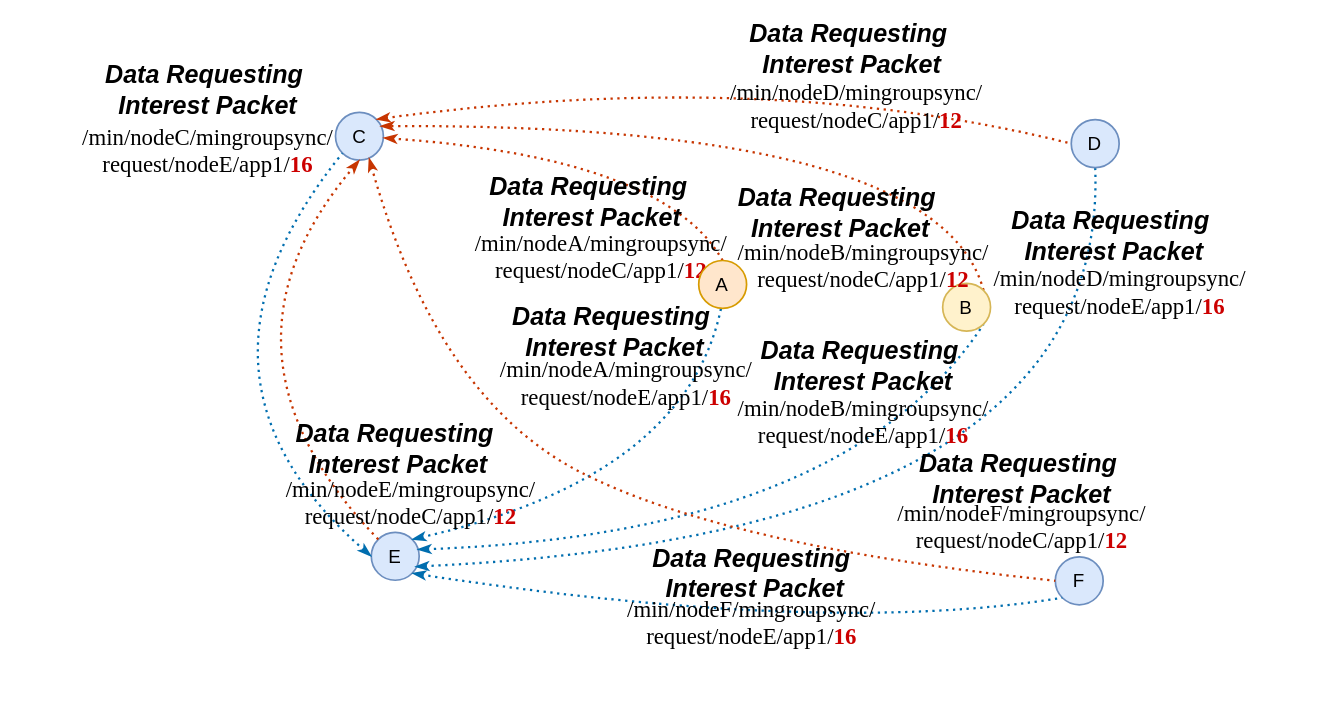
This is 711a.drawio from cynic-1/Graphs, a draw.io file, before an edit. Source tidied: cells renumbered, new cells numbered last; positions are measured from the earlier drawing's top-left corner, leaving out a move shared by most shapes. Both pictures are drawn from the tidied source at 114%, with x=0, y=0 at pixel (19, 32).
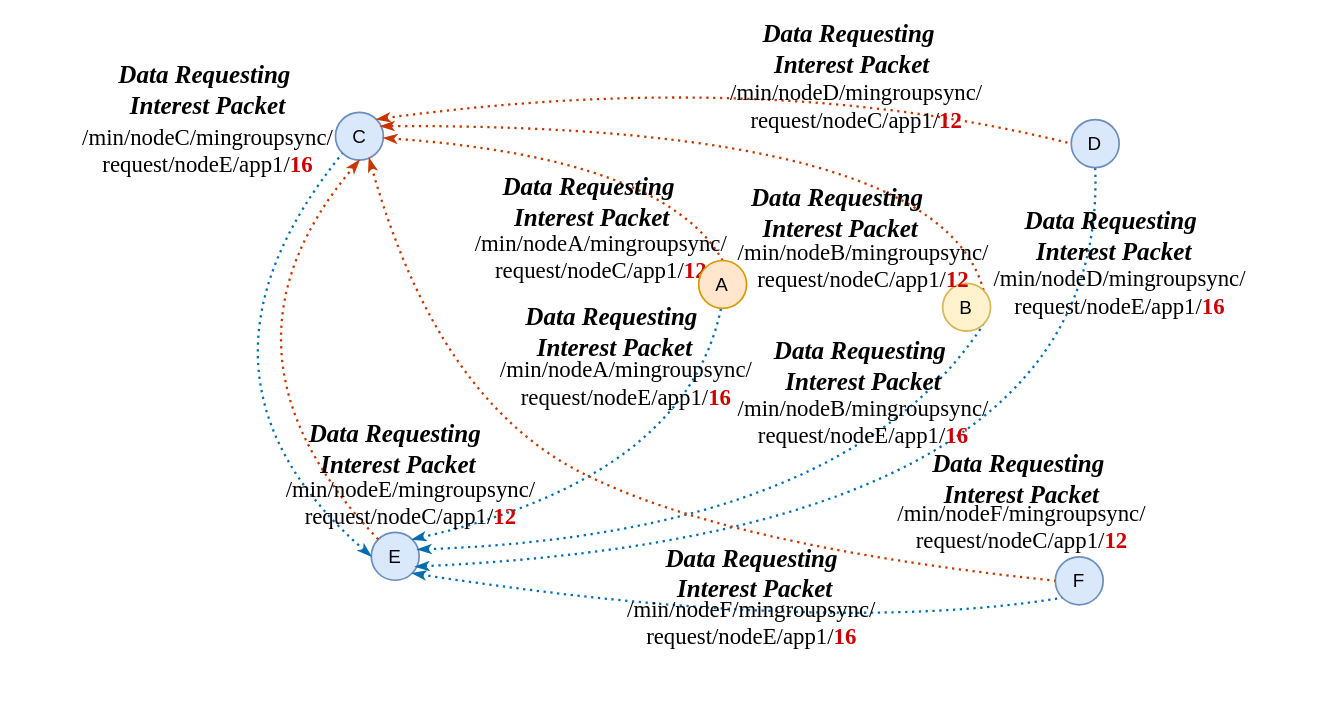
Above is the later version.

Unchanged cells that the change refers to:
```xml
<mxCell id="20" style="group;fontSize=16.5;strokeWidth=2;dashed=1;dashPattern=1 2;" parent="19" vertex="1">
  <mxGeometry x="-11.6" width="390" height="123.5" as="geometry" />
</mxCell>
<mxCell id="24" style="group;fontSize=16.5;strokeWidth=2;dashed=1;dashPattern=1 2;" parent="1" vertex="1">
  <mxGeometry x="207" y="366.6" width="300.6" height="71.8" as="geometry" />
</mxCell>
<mxCell id="29" style="group;fontSize=16.5;strokeWidth=2;dashed=1;dashPattern=1 2;" parent="28" vertex="1">
  <mxGeometry width="301.6" height="69.4" as="geometry" />
</mxCell>
<mxCell id="39" style="group;fontSize=16.5;strokeWidth=2;dashed=1;dashPattern=1 2;" parent="1" vertex="1">
  <mxGeometry x="615.4" y="157.1" width="450" height="72.9" as="geometry" />
</mxCell>
```

The edit, as a diff of the source:
```diff
@@
-    <mxCell id="21" value="&lt;font style=&quot;font-size: 22px;&quot;&gt;Data Requesting&amp;nbsp;&lt;br&gt;Interest Packet&lt;/font&gt;" style="text;html=1;strokeColor=none;fillColor=none;align=center;verticalAlign=middle;whiteSpace=wrap;rounded=0;fontSize=16.5;fontColor=#000000;fontStyle=3;strokeWidth=2;dashed=1;dashPattern=1 2;" parent="20" vertex="1">
+    <mxCell id="21" value="&lt;font face=&quot;Times New Roman&quot; style=&quot;font-size: 22px;&quot;&gt;Data Requesting&amp;nbsp;&lt;br&gt;Interest Packet&lt;/font&gt;" style="text;html=1;strokeColor=none;fillColor=none;align=center;verticalAlign=middle;whiteSpace=wrap;rounded=0;fontSize=16.5;fontColor=#000000;fontStyle=3;strokeWidth=2;dashed=1;dashPattern=1 2;" parent="20" vertex="1">
       <mxGeometry x="23.7" width="186.3" height="30" as="geometry" />
     </mxCell>
-    <mxCell id="22" value="&lt;span lang=&quot;EN-US&quot; style=&quot;font-family: &amp;quot;times new roman&amp;quot;, serif;&quot;&gt;&lt;font style=&quot;font-size: 20px;&quot;&gt;/min/nodeC/mingroupsync/&lt;br style=&quot;&quot;&gt;request/nodeE/app1/&lt;font color=&quot;#cc0000&quot; style=&quot;&quot;&gt;&lt;b style=&quot;&quot;&gt;16&lt;/b&gt;&lt;/font&gt;&lt;/font&gt;&lt;/span&gt;&lt;span style=&quot;font-size: 16.5px&quot;&gt;&lt;/span&gt;" style="text;html=1;strokeColor=none;fillColor=none;align=center;verticalAlign=middle;whiteSpace=wrap;rounded=0;fontSize=16.5;strokeWidth=2;dashed=1;dashPattern=1 2;" parent="20" vertex="1">
+    <mxCell id="22" value="&lt;span lang=&quot;EN-US&quot; style=&quot;&quot;&gt;&lt;font face=&quot;Times New Roman&quot; style=&quot;font-size: 20px;&quot;&gt;/min/nodeC/mingroupsync/&lt;br style=&quot;&quot;&gt;request/nodeE/app1/&lt;font color=&quot;#cc0000&quot; style=&quot;&quot;&gt;&lt;b style=&quot;&quot;&gt;16&lt;/b&gt;&lt;/font&gt;&lt;/font&gt;&lt;/span&gt;&lt;span style=&quot;font-size: 16.5px&quot;&gt;&lt;/span&gt;" style="text;html=1;strokeColor=none;fillColor=none;align=center;verticalAlign=middle;whiteSpace=wrap;rounded=0;fontSize=16.5;strokeWidth=2;dashed=1;dashPattern=1 2;" parent="20" vertex="1">
       <mxGeometry x="-48.2" y="40" width="330" height="53.5" as="geometry" />
     </mxCell>
@@
-    <mxCell id="26" value="&lt;font style=&quot;font-size: 22px;&quot;&gt;Data Requesting&amp;nbsp;&lt;br&gt;Interest Packet&lt;/font&gt;" style="text;html=1;strokeColor=none;fillColor=none;align=center;verticalAlign=middle;whiteSpace=wrap;rounded=0;fontSize=16.5;fontColor=#000000;fontStyle=3;strokeWidth=2;dashed=1;dashPattern=1 2;" parent="24" vertex="1">
+    <mxCell id="26" value="&lt;font face=&quot;Times New Roman&quot; style=&quot;font-size: 22px;&quot;&gt;Data Requesting&amp;nbsp;&lt;br&gt;Interest Packet&lt;/font&gt;" style="text;html=1;strokeColor=none;fillColor=none;align=center;verticalAlign=middle;whiteSpace=wrap;rounded=0;fontSize=16.5;fontColor=#000000;fontStyle=3;strokeWidth=2;dashed=1;dashPattern=1 2;" parent="24" vertex="1">
       <mxGeometry x="32.2" y="-15.6" width="186.3" height="30" as="geometry" />
     </mxCell>
@@
-    <mxCell id="31" value="&lt;font style=&quot;font-size: 22px;&quot;&gt;Data Requesting&amp;nbsp;&lt;br&gt;Interest Packet&lt;/font&gt;" style="text;html=1;strokeColor=none;fillColor=none;align=center;verticalAlign=middle;whiteSpace=wrap;rounded=0;fontSize=16.5;fontColor=#000000;fontStyle=3;strokeWidth=2;dashed=1;dashPattern=1 2;" parent="29" vertex="1">
+    <mxCell id="31" value="&lt;font face=&quot;Times New Roman&quot; style=&quot;font-size: 22px;&quot;&gt;Data Requesting&amp;nbsp;&lt;br&gt;Interest Packet&lt;/font&gt;" style="text;html=1;strokeColor=none;fillColor=none;align=center;verticalAlign=middle;whiteSpace=wrap;rounded=0;fontSize=16.5;fontColor=#000000;fontStyle=3;strokeWidth=2;dashed=1;dashPattern=1 2;" parent="29" vertex="1">
       <mxGeometry x="35.8" y="-20" width="186.3" height="30" as="geometry" />
     </mxCell>
@@
-    <mxCell id="41" value="&lt;font style=&quot;font-size: 22px;&quot;&gt;Data Requesting&amp;nbsp;&lt;br&gt;Interest Packet&lt;/font&gt;" style="text;html=1;strokeColor=none;fillColor=none;align=center;verticalAlign=middle;whiteSpace=wrap;rounded=0;fontSize=16.5;fontColor=#000000;fontStyle=3;strokeWidth=2;dashed=1;dashPattern=1 2;" parent="39" vertex="1">
+    <mxCell id="41" value="&lt;font face=&quot;Times New Roman&quot; style=&quot;font-size: 22px;&quot;&gt;Data Requesting&amp;nbsp;&lt;br&gt;Interest Packet&lt;/font&gt;" style="text;html=1;strokeColor=none;fillColor=none;align=center;verticalAlign=middle;whiteSpace=wrap;rounded=0;fontSize=16.5;fontColor=#000000;fontStyle=3;strokeWidth=2;dashed=1;dashPattern=1 2;" parent="39" vertex="1">
       <mxGeometry x="251.6" y="6.5" width="186.3" height="30" as="geometry" />
     </mxCell>
@@
-    <mxCell id="44" value="&lt;font style=&quot;font-size: 22px;&quot;&gt;Data Requesting&amp;nbsp;&lt;br&gt;Interest Packet&lt;/font&gt;" style="text;html=1;strokeColor=none;fillColor=none;align=center;verticalAlign=middle;whiteSpace=wrap;rounded=0;fontSize=16.5;fontColor=#000000;fontStyle=3;strokeWidth=2;dashed=1;dashPattern=1 2;" parent="1" vertex="1">
+    <mxCell id="44" value="&lt;font face=&quot;Times New Roman&quot; style=&quot;font-size: 22px;&quot;&gt;Data Requesting&amp;nbsp;&lt;br&gt;Interest Packet&lt;/font&gt;" style="text;html=1;strokeColor=none;fillColor=none;align=center;verticalAlign=middle;whiteSpace=wrap;rounded=0;fontSize=16.5;fontColor=#000000;fontStyle=3;strokeWidth=2;dashed=1;dashPattern=1 2;" parent="1" vertex="1">
       <mxGeometry x="429.1" y="247.7" width="186.3" height="30" as="geometry" />
     </mxCell>
-    <mxCell id="45" value="&lt;font style=&quot;font-size: 22px;&quot;&gt;Data Requesting&amp;nbsp;&lt;br&gt;Interest Packet&lt;/font&gt;" style="text;html=1;strokeColor=none;fillColor=none;align=center;verticalAlign=middle;whiteSpace=wrap;rounded=0;fontSize=16.5;fontColor=#000000;fontStyle=3;strokeWidth=2;dashed=1;dashPattern=1 2;" parent="1" vertex="1">
+    <mxCell id="45" value="&lt;font face=&quot;Times New Roman&quot; style=&quot;font-size: 22px;&quot;&gt;Data Requesting&amp;nbsp;&lt;br&gt;Interest Packet&lt;/font&gt;" style="text;html=1;strokeColor=none;fillColor=none;align=center;verticalAlign=middle;whiteSpace=wrap;rounded=0;fontSize=16.5;fontColor=#000000;fontStyle=3;strokeWidth=2;dashed=1;dashPattern=1 2;" parent="1" vertex="1">
       <mxGeometry x="627" y="143.7" width="186.3" height="30" as="geometry" />
     </mxCell>
@@
-    <mxCell id="47" value="&lt;font style=&quot;font-size: 22px;&quot;&gt;Data Requesting&amp;nbsp;&lt;br&gt;Interest Packet&lt;/font&gt;" style="text;html=1;strokeColor=none;fillColor=none;align=center;verticalAlign=middle;whiteSpace=wrap;rounded=0;fontSize=16.5;fontColor=#000000;fontStyle=3;strokeWidth=2;dashed=1;dashPattern=1 2;" parent="1" vertex="1">
+    <mxCell id="47" value="&lt;font face=&quot;Times New Roman&quot; style=&quot;font-size: 22px;&quot;&gt;Data Requesting&amp;nbsp;&lt;br&gt;Interest Packet&lt;/font&gt;" style="text;html=1;strokeColor=none;fillColor=none;align=center;verticalAlign=middle;whiteSpace=wrap;rounded=0;fontSize=16.5;fontColor=#000000;fontStyle=3;strokeWidth=2;dashed=1;dashPattern=1 2;" parent="1" vertex="1">
       <mxGeometry x="646.9" y="277.7" width="186.3" height="30" as="geometry" />
     </mxCell>
-    <mxCell id="48" value="&lt;font style=&quot;font-size: 22px;&quot;&gt;Data Requesting&amp;nbsp;&lt;br&gt;Interest Packet&lt;/font&gt;" style="text;html=1;strokeColor=none;fillColor=none;align=center;verticalAlign=middle;whiteSpace=wrap;rounded=0;fontSize=16.5;fontColor=#000000;fontStyle=3;strokeWidth=2;dashed=1;dashPattern=1 2;" parent="1" vertex="1">
+    <mxCell id="48" value="&lt;font face=&quot;Times New Roman&quot; style=&quot;font-size: 22px;&quot;&gt;Data Requesting&amp;nbsp;&lt;br&gt;Interest Packet&lt;/font&gt;" style="text;html=1;strokeColor=none;fillColor=none;align=center;verticalAlign=middle;whiteSpace=wrap;rounded=0;fontSize=16.5;fontColor=#000000;fontStyle=3;strokeWidth=2;dashed=1;dashPattern=1 2;" parent="1" vertex="1">
       <mxGeometry x="637.4" width="186.3" height="30" as="geometry" />
     </mxCell>
-    <mxCell id="49" value="&lt;font style=&quot;font-size: 22px;&quot;&gt;Data Requesting&amp;nbsp;&lt;br&gt;Interest Packet&lt;/font&gt;" style="text;html=1;strokeColor=none;fillColor=none;align=center;verticalAlign=middle;whiteSpace=wrap;rounded=0;fontSize=16.5;fontColor=#000000;fontStyle=3;strokeWidth=2;dashed=1;dashPattern=1 2;" parent="1" vertex="1">
+    <mxCell id="49" value="&lt;font face=&quot;Times New Roman&quot; style=&quot;font-size: 22px;&quot;&gt;Data Requesting&amp;nbsp;&lt;br&gt;Interest Packet&lt;/font&gt;" style="text;html=1;strokeColor=none;fillColor=none;align=center;verticalAlign=middle;whiteSpace=wrap;rounded=0;fontSize=16.5;fontColor=#000000;fontStyle=3;strokeWidth=2;dashed=1;dashPattern=1 2;" parent="1" vertex="1">
       <mxGeometry x="785.6" y="376.5" width="186.3" height="30" as="geometry" />
     </mxCell>
-    <mxCell id="50" value="&lt;font style=&quot;font-size: 22px;&quot;&gt;Data Requesting&amp;nbsp;&lt;br&gt;Interest Packet&lt;/font&gt;" style="text;html=1;strokeColor=none;fillColor=none;align=center;verticalAlign=middle;whiteSpace=wrap;rounded=0;fontSize=16.5;fontColor=#000000;fontStyle=3;strokeWidth=2;dashed=1;dashPattern=1 2;" parent="1" vertex="1">
+    <mxCell id="50" value="&lt;font face=&quot;Times New Roman&quot; style=&quot;font-size: 22px;&quot;&gt;Data Requesting&amp;nbsp;&lt;br&gt;Interest Packet&lt;/font&gt;" style="text;html=1;strokeColor=none;fillColor=none;align=center;verticalAlign=middle;whiteSpace=wrap;rounded=0;fontSize=16.5;fontColor=#000000;fontStyle=3;strokeWidth=2;dashed=1;dashPattern=1 2;" parent="1" vertex="1">
       <mxGeometry x="552" y="460" width="186.3" height="30" as="geometry" />
     </mxCell>
```
